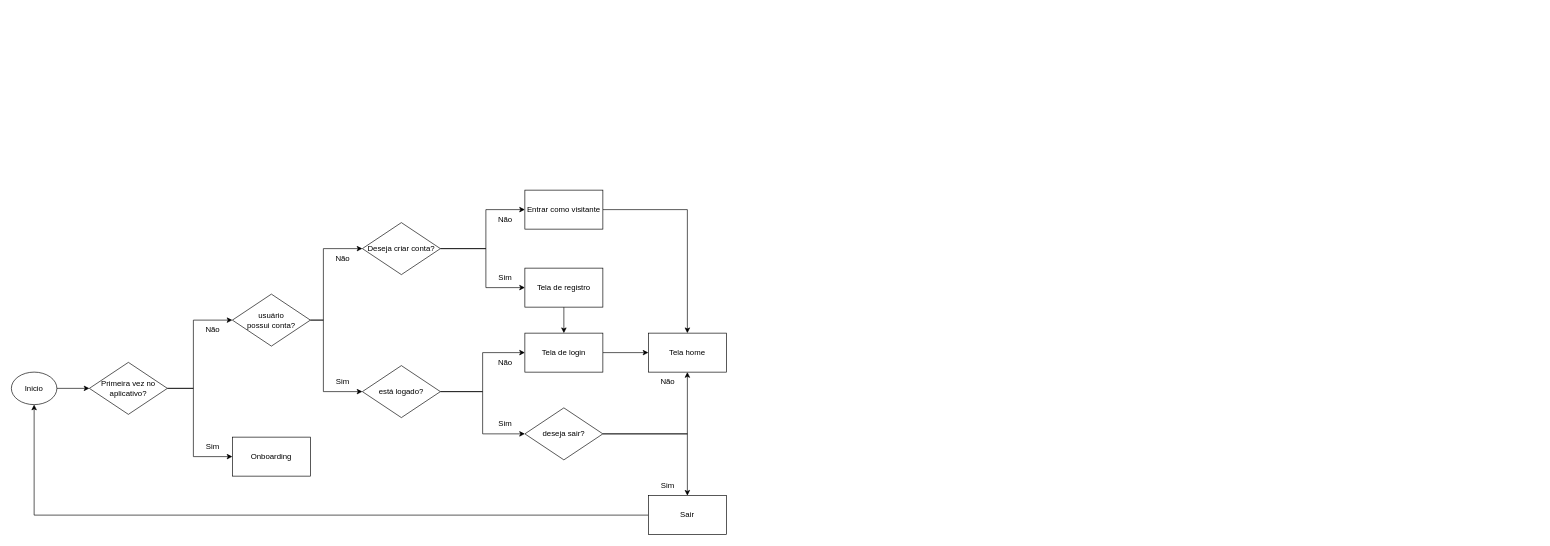
Earlier version of the draw.io diagram fluxogramas/principal/fluxograma-produto-final.drawio (JonathasSC/MindCenter). Source tidied: cells renumbered, new cells numbered last; positions are measured from the earlier drawing's top-left corner, leaving out a move shared by most shapes. Both pictures are drawn from the tidied source at 65%, with x=0, y=0 at pixel (11, 190).
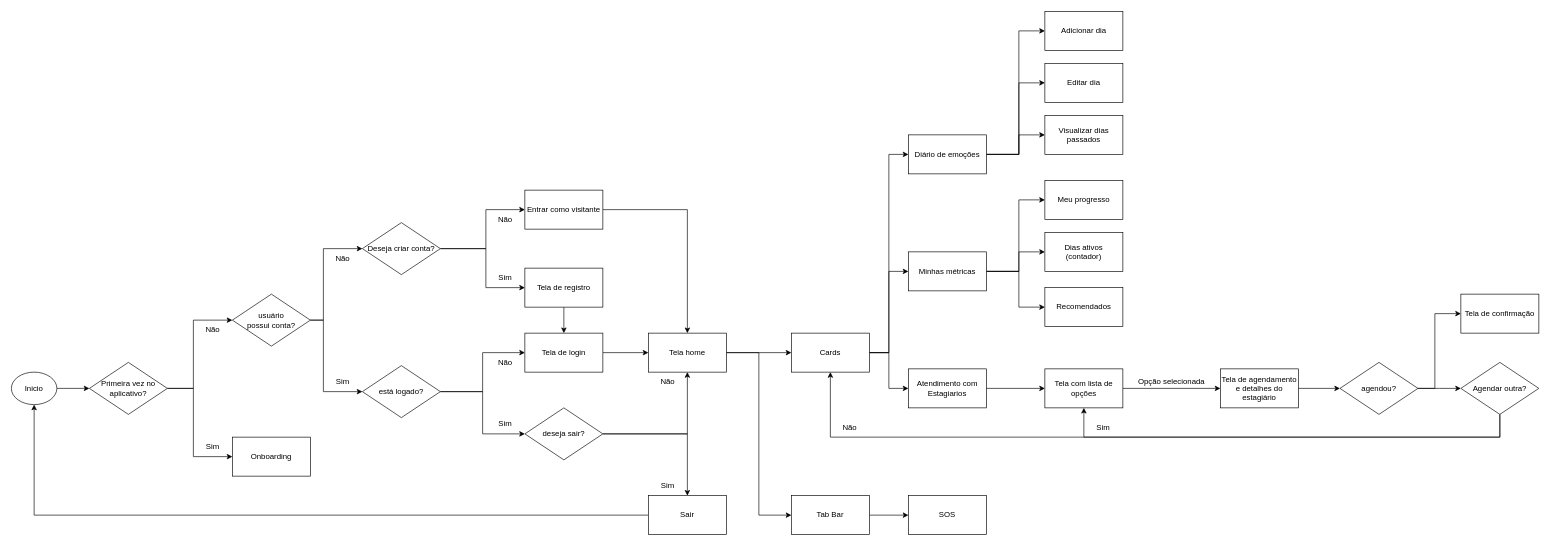
After the change.

The change refers to these unchanged cells:
```xml
<mxCell id="20" value="Tela home" style="rounded=0;whiteSpace=wrap;html=1;" parent="1" vertex="1">
  <mxGeometry x="980" y="220" width="120" height="60" as="geometry" />
</mxCell>
```

The edit, as a diff of the source:
```diff
@@
+    <mxCell id="40" style="edgeStyle=orthogonalEdgeStyle;rounded=0;jettySize=auto;html=1;entryX=0;entryY=0.5;entryDx=0;entryDy=0;" parent="1" edge="1" source="20" target="43">
+      <mxGeometry relative="1" as="geometry" />
+    </mxCell>
+    <mxCell id="41" style="edgeStyle=orthogonalEdgeStyle;rounded=0;jettySize=auto;html=1;entryX=0;entryY=0.5;entryDx=0;entryDy=0;" parent="1" edge="1" source="20" target="69">
+      <mxGeometry relative="1" as="geometry" />
+    </mxCell>
@@
+    <mxCell id="42" style="edgeStyle=orthogonalEdgeStyle;rounded=0;jettySize=auto;html=1;entryX=0;entryY=0.5;entryDx=0;entryDy=0;" parent="1" edge="1" source="43" target="60">
+      <mxGeometry relative="1" as="geometry" />
+    </mxCell>
+    <mxCell id="43" value="Tab Bar" style="rounded=0;whiteSpace=wrap;html=1;" parent="1" vertex="1">
+      <mxGeometry x="1200" y="470" width="120" height="60" as="geometry" />
+    </mxCell>
+    <mxCell id="44" style="edgeStyle=orthogonalEdgeStyle;rounded=0;jettySize=auto;html=1;exitX=1;exitY=0.5;exitDx=0;exitDy=0;" parent="1" edge="1" source="47" target="54">
+      <mxGeometry relative="1" as="geometry">
+        <Array as="points">
+          <mxPoint x="1550" y="-55" />
+          <mxPoint x="1550" y="-165" />
+        </Array>
+      </mxGeometry>
+    </mxCell>
+    <mxCell id="45" style="edgeStyle=orthogonalEdgeStyle;rounded=0;jettySize=auto;html=1;exitX=1;exitY=0.5;exitDx=0;exitDy=0;" parent="1" edge="1" source="47" target="55">
+      <mxGeometry relative="1" as="geometry">
+        <Array as="points">
+          <mxPoint x="1550" y="-55" />
+          <mxPoint x="1550" y="-85" />
+        </Array>
+      </mxGeometry>
+    </mxCell>
+    <mxCell id="46" style="edgeStyle=orthogonalEdgeStyle;rounded=0;jettySize=auto;html=1;entryX=0;entryY=0.5;entryDx=0;entryDy=0;exitX=1;exitY=0.5;exitDx=0;exitDy=0;" parent="1" edge="1" source="47" target="56">
+      <mxGeometry relative="1" as="geometry">
+        <Array as="points">
+          <mxPoint x="1550" y="-55" />
+          <mxPoint x="1550" y="-245" />
+        </Array>
+      </mxGeometry>
+    </mxCell>
+    <mxCell id="47" value="Diário de emoções" style="rounded=0;whiteSpace=wrap;html=1;" parent="1" vertex="1">
+      <mxGeometry x="1380" y="-85" width="120" height="60" as="geometry" />
+    </mxCell>
+    <mxCell id="48" style="edgeStyle=orthogonalEdgeStyle;rounded=0;jettySize=auto;html=1;entryX=0;entryY=0.5;entryDx=0;entryDy=0;" parent="1" edge="1" source="49" target="62">
+      <mxGeometry relative="1" as="geometry" />
+    </mxCell>
+    <mxCell id="49" value="Atendimento com&lt;br&gt;Estagiarios" style="rounded=0;whiteSpace=wrap;html=1;" parent="1" vertex="1">
+      <mxGeometry x="1380" y="275" width="120" height="60" as="geometry" />
+    </mxCell>
+    <mxCell id="50" style="edgeStyle=orthogonalEdgeStyle;rounded=0;jettySize=auto;html=1;" parent="1" edge="1" source="53" target="57">
+      <mxGeometry relative="1" as="geometry">
+        <Array as="points">
+          <mxPoint x="1550" y="125" />
+          <mxPoint x="1550" y="95" />
+        </Array>
+      </mxGeometry>
+    </mxCell>
+    <mxCell id="51" style="edgeStyle=orthogonalEdgeStyle;rounded=0;jettySize=auto;html=1;entryX=0;entryY=0.5;entryDx=0;entryDy=0;" parent="1" edge="1" source="53" target="59">
+      <mxGeometry relative="1" as="geometry">
+        <Array as="points">
+          <mxPoint x="1550" y="125" />
+          <mxPoint x="1550" y="180" />
+        </Array>
+      </mxGeometry>
+    </mxCell>
+    <mxCell id="52" style="edgeStyle=orthogonalEdgeStyle;rounded=0;jettySize=auto;html=1;entryX=0;entryY=0.5;entryDx=0;entryDy=0;" parent="1" edge="1" source="53" target="58">
+      <mxGeometry relative="1" as="geometry">
+        <Array as="points">
+          <mxPoint x="1550" y="125" />
+          <mxPoint x="1550" y="15" />
+        </Array>
+      </mxGeometry>
+    </mxCell>
+    <mxCell id="53" value="Minhas métricas" style="rounded=0;whiteSpace=wrap;html=1;" parent="1" vertex="1">
+      <mxGeometry x="1380" y="95" width="120" height="60" as="geometry" />
+    </mxCell>
+    <mxCell id="54" value="Editar dia" style="rounded=0;whiteSpace=wrap;html=1;" parent="1" vertex="1">
+      <mxGeometry x="1590" y="-195" width="120" height="60" as="geometry" />
+    </mxCell>
+    <mxCell id="55" value="Visualizar dias passados" style="rounded=0;whiteSpace=wrap;html=1;" parent="1" vertex="1">
+      <mxGeometry x="1590" y="-115" width="120" height="60" as="geometry" />
+    </mxCell>
+    <mxCell id="56" value="Adicionar dia" style="rounded=0;whiteSpace=wrap;html=1;" parent="1" vertex="1">
+      <mxGeometry x="1590" y="-275" width="120" height="60" as="geometry" />
+    </mxCell>
+    <mxCell id="57" value="Dias ativos &lt;br&gt;(contador)" style="rounded=0;whiteSpace=wrap;html=1;" parent="1" vertex="1">
+      <mxGeometry x="1590" y="65" width="120" height="60" as="geometry" />
+    </mxCell>
+    <mxCell id="58" value="Meu progresso" style="rounded=0;whiteSpace=wrap;html=1;" parent="1" vertex="1">
+      <mxGeometry x="1590" y="-15" width="120" height="60" as="geometry" />
+    </mxCell>
+    <mxCell id="59" value="Recomendados" style="rounded=0;whiteSpace=wrap;html=1;" parent="1" vertex="1">
+      <mxGeometry x="1590" y="150" width="120" height="60" as="geometry" />
+    </mxCell>
+    <mxCell id="60" value="SOS" style="rounded=0;whiteSpace=wrap;html=1;" parent="1" vertex="1">
+      <mxGeometry x="1380" y="470" width="120" height="60" as="geometry" />
+    </mxCell>
+    <mxCell id="61" style="edgeStyle=orthogonalEdgeStyle;rounded=0;jettySize=auto;html=1;entryX=0;entryY=0.5;entryDx=0;entryDy=0;" parent="1" edge="1" source="62" target="64">
+      <mxGeometry relative="1" as="geometry" />
+    </mxCell>
+    <mxCell id="62" value="Tela com lista de opções" style="rounded=0;whiteSpace=wrap;html=1;" parent="1" vertex="1">
+      <mxGeometry x="1590" y="275" width="120" height="60" as="geometry" />
+    </mxCell>
+    <mxCell id="63" style="edgeStyle=orthogonalEdgeStyle;rounded=0;jettySize=auto;html=1;entryX=0;entryY=0.5;entryDx=0;entryDy=0;" parent="1" edge="1" source="64" target="72">
+      <mxGeometry relative="1" as="geometry" />
+    </mxCell>
+    <mxCell id="64" value="Tela de agendamento e detalhes do estagiário" style="rounded=0;whiteSpace=wrap;html=1;" parent="1" vertex="1">
+      <mxGeometry x="1860" y="275" width="120" height="60" as="geometry" />
+    </mxCell>
+    <mxCell id="65" value="Opção selecionada" style="text;html=1;strokeColor=none;fillColor=none;align=center;verticalAlign=middle;whiteSpace=wrap;rounded=0;" parent="1" vertex="1">
+      <mxGeometry x="1730" y="280" width="110" height="30" as="geometry" />
+    </mxCell>
+    <mxCell id="66" style="edgeStyle=orthogonalEdgeStyle;rounded=0;jettySize=auto;html=1;entryX=0;entryY=0.5;entryDx=0;entryDy=0;" parent="1" edge="1" source="69" target="47">
+      <mxGeometry relative="1" as="geometry" />
+    </mxCell>
+    <mxCell id="67" style="edgeStyle=orthogonalEdgeStyle;rounded=0;jettySize=auto;html=1;entryX=0;entryY=0.5;entryDx=0;entryDy=0;" parent="1" edge="1" source="69" target="53">
+      <mxGeometry relative="1" as="geometry" />
+    </mxCell>
+    <mxCell id="68" style="edgeStyle=orthogonalEdgeStyle;rounded=0;jettySize=auto;html=1;entryX=0;entryY=0.5;entryDx=0;entryDy=0;" parent="1" edge="1" source="69" target="49">
+      <mxGeometry relative="1" as="geometry" />
+    </mxCell>
+    <mxCell id="69" value="Cards" style="rounded=0;whiteSpace=wrap;html=1;" parent="1" vertex="1">
+      <mxGeometry x="1200" y="220" width="120" height="60" as="geometry" />
+    </mxCell>
+    <mxCell id="70" style="edgeStyle=orthogonalEdgeStyle;rounded=0;jettySize=auto;html=1;entryX=0;entryY=0.5;entryDx=0;entryDy=0;" parent="1" edge="1" source="72">
+      <mxGeometry relative="1" as="geometry">
+        <mxPoint x="2230" y="305" as="targetPoint" />
+      </mxGeometry>
+    </mxCell>
+    <mxCell id="71" style="edgeStyle=orthogonalEdgeStyle;rounded=0;jettySize=auto;html=1;entryX=0;entryY=0.5;entryDx=0;entryDy=0;" parent="1" edge="1" source="72" target="73">
+      <mxGeometry relative="1" as="geometry">
+        <Array as="points">
+          <mxPoint x="2190" y="305" />
+          <mxPoint x="2190" y="190" />
+        </Array>
+      </mxGeometry>
+    </mxCell>
+    <mxCell id="72" value="agendou?" style="rhombus;whiteSpace=wrap;html=1;" parent="1" vertex="1">
+      <mxGeometry x="2044" y="265" width="120" height="80" as="geometry" />
+    </mxCell>
+    <mxCell id="73" value="Tela de confirmação" style="rounded=0;whiteSpace=wrap;html=1;" parent="1" vertex="1">
+      <mxGeometry x="2230" y="160" width="120" height="60" as="geometry" />
+    </mxCell>
+    <mxCell id="74" style="edgeStyle=orthogonalEdgeStyle;rounded=0;jettySize=auto;html=1;entryX=0.5;entryY=1;entryDx=0;entryDy=0;" parent="1" edge="1" source="75" target="69">
+      <mxGeometry relative="1" as="geometry">
+        <Array as="points">
+          <mxPoint x="2290" y="380" />
+          <mxPoint x="1260" y="380" />
+        </Array>
+      </mxGeometry>
+    </mxCell>
+    <mxCell id="75" value="Agendar outra?" style="rhombus;whiteSpace=wrap;html=1;" parent="1" vertex="1">
+      <mxGeometry x="2230" y="265" width="120" height="80" as="geometry" />
+    </mxCell>
+    <mxCell id="76" style="edgeStyle=orthogonalEdgeStyle;rounded=0;jettySize=auto;html=1;entryX=0.5;entryY=1;entryDx=0;entryDy=0;exitX=0.5;exitY=1;exitDx=0;exitDy=0;" parent="1" edge="1" source="75" target="62">
+      <mxGeometry relative="1" as="geometry">
+        <Array as="points">
+          <mxPoint x="2290" y="380" />
+          <mxPoint x="1650" y="380" />
+        </Array>
+      </mxGeometry>
+    </mxCell>
+    <mxCell id="77" value="Sim" style="text;html=1;strokeColor=none;fillColor=none;align=center;verticalAlign=middle;whiteSpace=wrap;rounded=0;" parent="1" vertex="1">
+      <mxGeometry x="1650" y="350" width="60" height="30" as="geometry" />
+    </mxCell>
+    <mxCell id="78" value="Não" style="text;html=1;strokeColor=none;fillColor=none;align=center;verticalAlign=middle;whiteSpace=wrap;rounded=0;" parent="1" vertex="1">
+      <mxGeometry x="1260" y="350" width="60" height="30" as="geometry" />
+    </mxCell>
```
